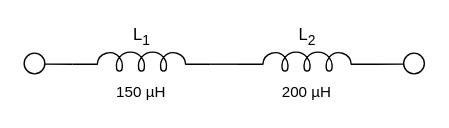
Before: 3B6/Examen/3B6_Final_12a.drawio in JoseForest-CLJ/Draw.io-files, a draw.io diagram. Source tidied: cells renumbered, new cells numbered last; positions are measured from the earlier drawing's top-left corner, leaving out a move shared by most shapes. Both pictures are drawn from the tidied source at 138%, with x=0, y=0 at pixel (23, 51).
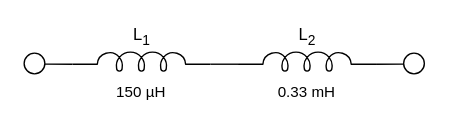
The same diagram, later.

What changed in the source:
```diff
@@
 <mxGraphModel>
   <root>
     <mxCell id="0" />
     <mxCell id="1" parent="0" />
     <mxCell id="2" value="150 µH" style="text;html=1;whiteSpace=wrap;strokeColor=none;fillColor=none;align=center;verticalAlign=middle;rounded=0;fontFamily=Helvetica;fontSize=11;fontColor=default;labelBackgroundColor=default;convertToSvg=1;" parent="1" vertex="1">
       <mxGeometry x="55" y="19" width="60" height="20" as="geometry" />
     </mxCell>
-    <mxCell id="3" value="200 µH" style="text;html=1;whiteSpace=wrap;strokeColor=none;fillColor=none;align=center;verticalAlign=middle;rounded=0;fontFamily=Helvetica;fontSize=11;fontColor=default;labelBackgroundColor=default;convertToSvg=1;" parent="1" vertex="1">
+    <mxCell id="3" value="0.33 mH" style="text;html=1;whiteSpace=wrap;strokeColor=none;fillColor=none;align=center;verticalAlign=middle;rounded=0;fontFamily=Helvetica;fontSize=11;fontColor=default;labelBackgroundColor=default;convertToSvg=1;" parent="1" vertex="1">
       <mxGeometry x="175" y="19" width="60" height="20" as="geometry" />
     </mxCell>
     <mxCell id="4" style="edgeStyle=orthogonalEdgeStyle;shape=connector;rounded=0;jettySize=auto;html=1;exitX=0;exitY=0.645;exitDx=0;exitDy=0;exitPerimeter=0;strokeColor=default;align=center;verticalAlign=middle;fontFamily=Helvetica;fontSize=11;fontColor=default;labelBackgroundColor=default;endArrow=none;endFill=0;" parent="1" edge="1" source="5">
       <mxGeometry relative="1" as="geometry">
         <mxPoint x="15" y="9.1" as="targetPoint" />
       </mxGeometry>
     </mxCell>
     <mxCell id="5" value="L&lt;sub&gt;1&lt;/sub&gt;" style="verticalLabelPosition=top;shadow=0;dashed=0;align=center;html=1;verticalAlign=bottom;shape=mxgraph.electrical.inductors.inductor_5;labelPosition=center;convertToSvg=1;" parent="1" vertex="1">
       <mxGeometry x="35" width="100" height="14" as="geometry" />
     </mxCell>
     <mxCell id="6" style="edgeStyle=orthogonalEdgeStyle;shape=connector;rounded=0;jettySize=auto;html=1;exitX=1;exitY=0.645;exitDx=0;exitDy=0;exitPerimeter=0;strokeColor=default;align=center;verticalAlign=middle;fontFamily=Helvetica;fontSize=11;fontColor=default;labelBackgroundColor=default;endArrow=none;endFill=0;" parent="1" edge="1" source="7">
       <mxGeometry relative="1" as="geometry">
         <mxPoint x="275" y="9.1" as="targetPoint" />
       </mxGeometry>
     </mxCell>
     <mxCell id="7" value="L&lt;sub&gt;2&lt;/sub&gt;" style="verticalLabelPosition=top;shadow=0;dashed=0;align=center;html=1;verticalAlign=bottom;shape=mxgraph.electrical.inductors.inductor_5;labelPosition=center;convertToSvg=1;" parent="1" vertex="1">
       <mxGeometry x="155" width="100" height="14" as="geometry" />
     </mxCell>
     <mxCell id="8" style="edgeStyle=orthogonalEdgeStyle;rounded=0;jettySize=auto;html=1;exitX=1;exitY=0.645;exitDx=0;exitDy=0;exitPerimeter=0;entryX=0;entryY=0.645;entryDx=0;entryDy=0;entryPerimeter=0;endArrow=none;endFill=0;" parent="1" edge="1" source="5" target="7">
       <mxGeometry relative="1" as="geometry" />
     </mxCell>
     <mxCell id="9" style="verticalLabelPosition=bottom;shadow=0;dashed=0;align=center;html=1;verticalAlign=top;strokeWidth=1;shape=ellipse;perimeter=ellipsePerimeter;fontFamily=Helvetica;fontSize=11;fontColor=default;labelBackgroundColor=default;" parent="1" vertex="1">
       <mxGeometry y="1" width="15" height="15" as="geometry" />
     </mxCell>
     <mxCell id="10" style="verticalLabelPosition=bottom;shadow=0;dashed=0;align=center;html=1;verticalAlign=top;strokeWidth=1;shape=ellipse;perimeter=ellipsePerimeter;fontFamily=Helvetica;fontSize=11;fontColor=default;labelBackgroundColor=default;" parent="1" vertex="1">
       <mxGeometry x="275" y="1" width="15" height="15" as="geometry" />
     </mxCell>
   </root>
 </mxGraphModel>
```
